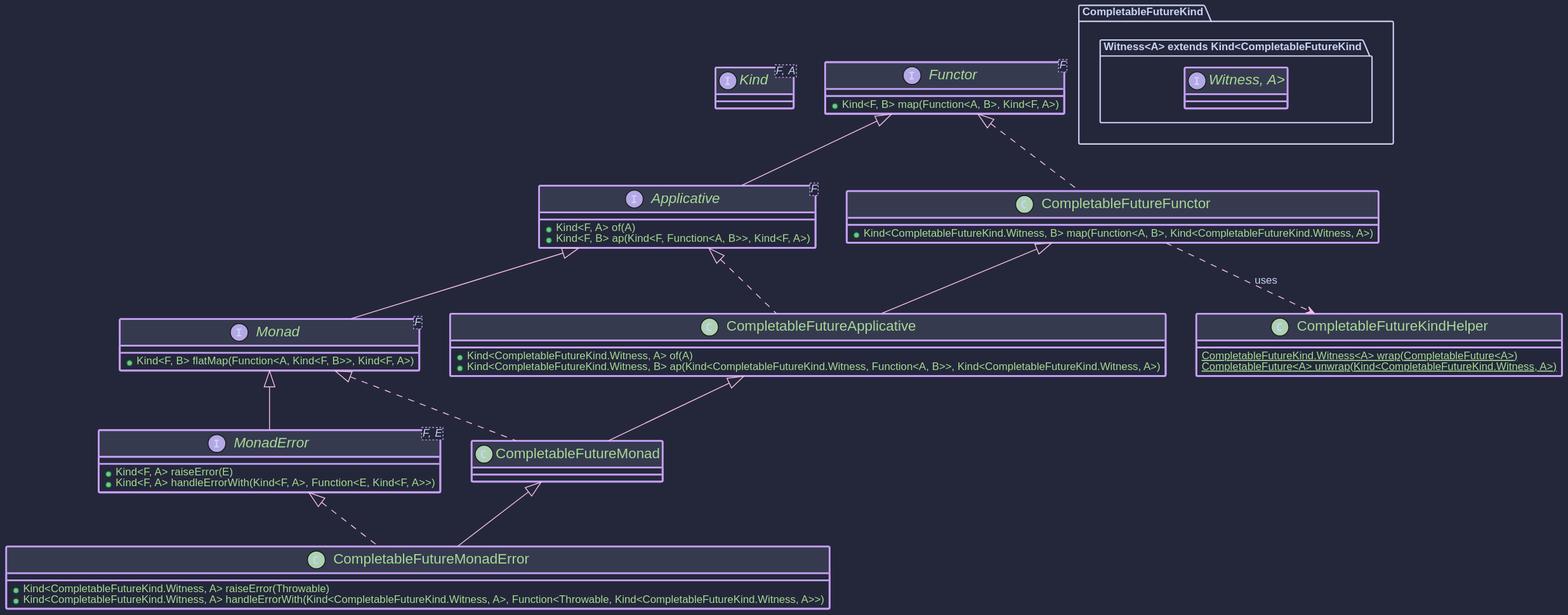
This is hkj-book/src/images/puml/cf_monad.svg from higher-kinded-j/higher-kinded-j, a PlantUML export, as it was before one commit.
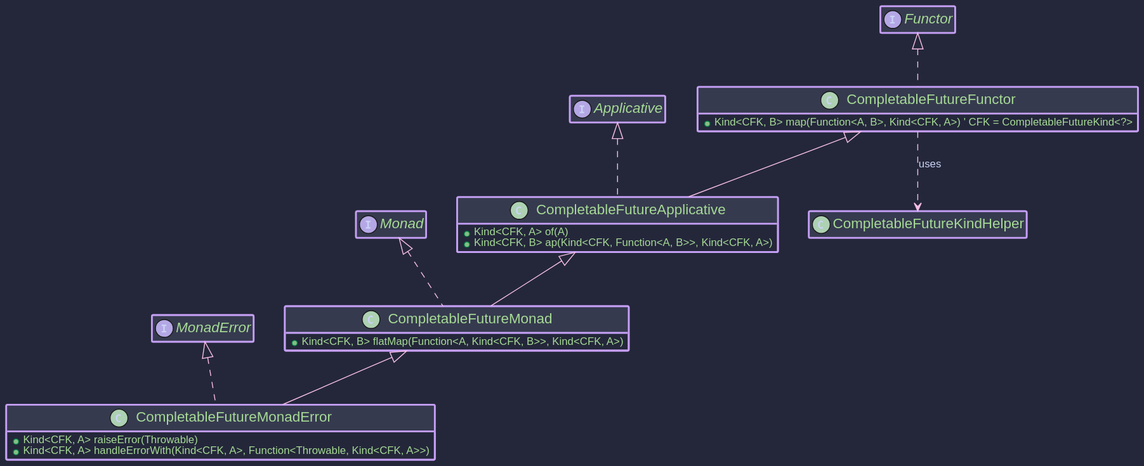
The same file after the commit.

Change to the diagram source:
```diff
@@ -1,46 +1,25 @@
 @startuml
 !include https://raw.githubusercontent.com/ncosta-ic/catppuccin-macchiato-plantuml-theme/main/theme.puml
+hide empty members
 
-!define CFKind CompletableFutureKind.Witness
+class CompletableFutureKindHelper {}
 
-interface Kind<F, A>
-interface "CFKind<A> extends Kind<CFKind, A>"
-
-interface Functor<F> {
-  + Kind<F, B> map(Function<A, B>, Kind<F, A>)
-}
-interface Applicative<F> extends Functor<F> {
-  + Kind<F, A> of(A)
-  + Kind<F, B> ap(Kind<F, Function<A, B>>, Kind<F, A>)
-}
-interface Monad<F> extends Applicative<F> {
-  + Kind<F, B> flatMap(Function<A, Kind<F, B>>, Kind<F, A>)
-}
-interface MonadError<F, E> extends Monad<F> {
-  + Kind<F, A> raiseError(E)
-  + Kind<F, A> handleErrorWith(Kind<F, A>, Function<E, Kind<F, A>>)
-}
-
-class CompletableFutureKindHelper {
- {static} CFKind<A> wrap(CompletableFuture<A>)
- {static} CompletableFuture<A> unwrap(Kind<CFKind, A>)
-}
-
-class CompletableFutureFunctor implements Functor<CFKind> {
- + Kind<CFKind, B> map(Function<A, B>, Kind<CFKind, A>)
+class CompletableFutureFunctor implements Functor<CompletableFutureKind<?>> {
+ + Kind<CFK, B> map(Function<A, B>, Kind<CFK, A>) ' CFK = CompletableFutureKind<?>
 }
 CompletableFutureFunctor ..> CompletableFutureKindHelper : uses
 
-class CompletableFutureApplicative extends CompletableFutureFunctor implements Applicative<CFKind> {
-  + Kind<CFKind, A> of(A)
-  + Kind<CFKind, B> ap(Kind<CFKind, Function<A, B>>, Kind<CFKind, A>)
+class CompletableFutureApplicative extends CompletableFutureFunctor implements Applicative<CompletableFutureKind.Witness> {
+  + Kind<CFK, A> of(A)
+  + Kind<CFK, B> ap(Kind<CFK, Function<A, B>>, Kind<CFK, A>)
 }
 
-class CompletableFutureMonad extends CompletableFutureApplicative implements Monad<CFKind> {
+class CompletableFutureMonad extends CompletableFutureApplicative implements Monad<CompletableFutureKind<?>> {
+ + Kind<CFK, B> flatMap(Function<A, Kind<CFK, B>>, Kind<CFK, A>)
 }
 
-class CompletableFutureMonadError extends CompletableFutureMonad implements MonadError<CFKind, Throwable> {
-  + Kind<CFKind, A> raiseError(Throwable)
-  + Kind<CFKind, A> handleErrorWith(Kind<CFKind, A>, Function<Throwable, Kind<CFKind, A>>)
+class CompletableFutureMonadError extends CompletableFutureMonad implements MonadError<CompletableFutureKind.Witness, Throwable> {
+  + Kind<CFK, A> raiseError(Throwable)
+  + Kind<CFK, A> handleErrorWith(Kind<CFK, A>, Function<Throwable, Kind<CFK, A>>)
 }
 @enduml
```
